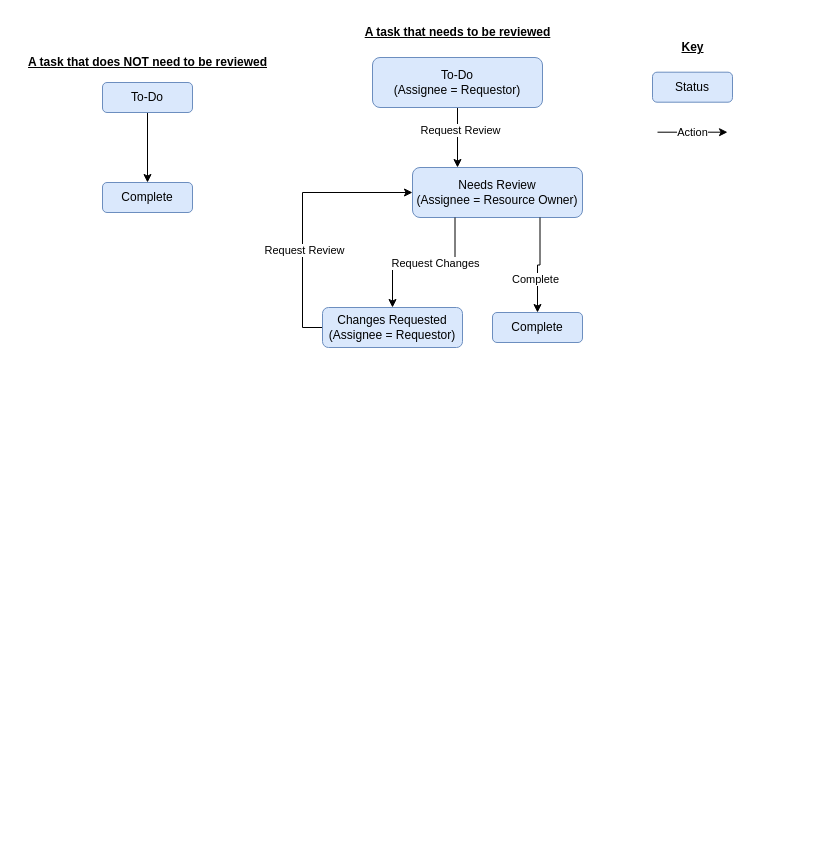
The draw.io diagram docs/task-status.drawio.xml in BitCoyote/Solution-Enablement-Process, before the edit. Source tidied: cells renumbered, new cells numbered last; positions are measured from the earlier drawing's top-left corner, leaving out a move shared by most shapes. Both pictures are drawn from the tidied source at 100%, with x=0, y=0 at pixel (17, 17).
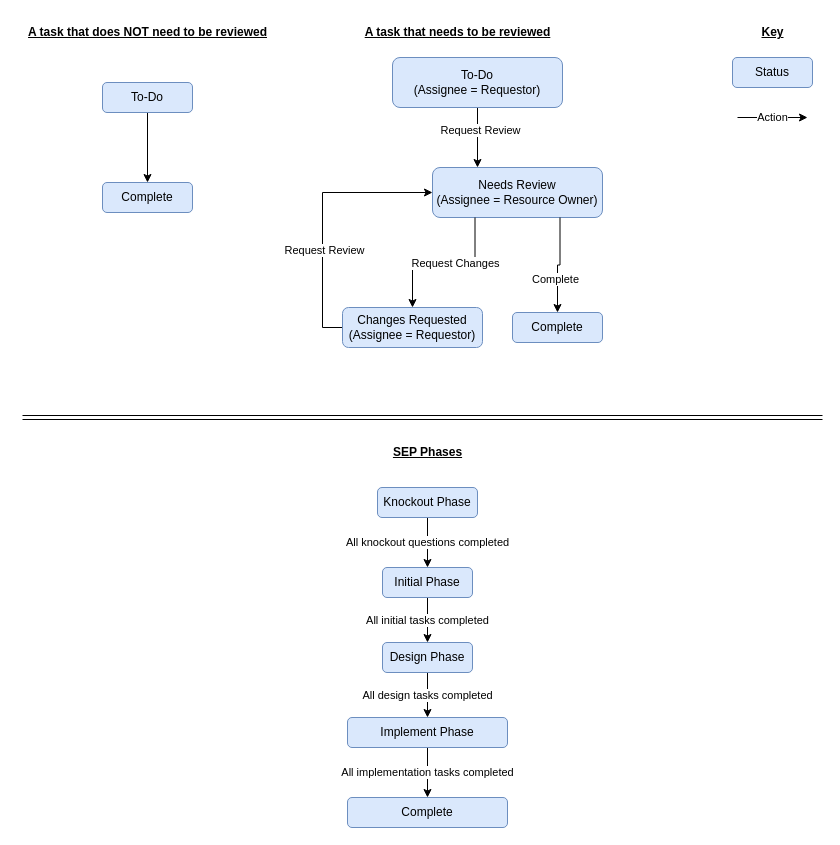
The same diagram, later.

Diff of the diagram source:
```diff
@@
     <mxCell id="2" style="edgeStyle=orthogonalEdgeStyle;rounded=0;jettySize=auto;html=1;" parent="1" edge="1" source="4" target="5">
       <mxGeometry relative="1" as="geometry">
         <Array as="points">
-          <mxPoint x="440" y="110" />
-          <mxPoint x="440" y="110" />
+          <mxPoint x="460" y="110" />
+          <mxPoint x="460" y="110" />
         </Array>
       </mxGeometry>
     </mxCell>
@@
     <mxCell id="4" value="To-Do&lt;br&gt;(Assignee = Requestor)" style="rounded=1;whiteSpace=wrap;html=1;fillColor=#dae8fc;strokeColor=#6c8ebf;" parent="1" vertex="1">
-      <mxGeometry x="355" y="40" width="170" height="50" as="geometry" />
+      <mxGeometry x="375" y="40" width="170" height="50" as="geometry" />
     </mxCell>
     <mxCell id="5" value="Needs Review&lt;br&gt;(Assignee = Resource Owner)" style="rounded=1;whiteSpace=wrap;html=1;fillColor=#dae8fc;strokeColor=#6c8ebf;" parent="1" vertex="1">
-      <mxGeometry x="395" y="150" width="170" height="50" as="geometry" />
+      <mxGeometry x="415" y="150" width="170" height="50" as="geometry" />
     </mxCell>
@@
     <mxCell id="12" value="Changes Requested&lt;br&gt;(Assignee = Requestor)" style="rounded=1;whiteSpace=wrap;html=1;fillColor=#dae8fc;strokeColor=#6c8ebf;" parent="1" vertex="1">
-      <mxGeometry x="305" y="290" width="140" height="40" as="geometry" />
+      <mxGeometry x="325" y="290" width="140" height="40" as="geometry" />
     </mxCell>
     <mxCell id="13" value="Complete" style="rounded=1;whiteSpace=wrap;html=1;fillColor=#dae8fc;strokeColor=#6c8ebf;" parent="1" vertex="1">
-      <mxGeometry x="475" y="295" width="90" height="30" as="geometry" />
+      <mxGeometry x="495" y="295" width="90" height="30" as="geometry" />
     </mxCell>
@@
     <mxCell id="15" value="Status" style="rounded=1;whiteSpace=wrap;html=1;fillColor=#dae8fc;strokeColor=#6c8ebf;" parent="1" vertex="1">
-      <mxGeometry x="635" y="54.7" width="80" height="30" as="geometry" />
+      <mxGeometry x="715" y="40" width="80" height="30" as="geometry" />
     </mxCell>
     <mxCell id="16" value="Action" style="endArrow=classic;html=1;rounded=0;" parent="1" edge="1">
       <mxGeometry relative="1" as="geometry">
-        <mxPoint x="640" y="114.7" as="sourcePoint" />
-        <mxPoint x="710" y="114.7" as="targetPoint" />
+        <mxPoint x="720" y="100" as="sourcePoint" />
+        <mxPoint x="790" y="100" as="targetPoint" />
       </mxGeometry>
     </mxCell>
     <mxCell id="17" value="&lt;u&gt;Key&lt;/u&gt;" style="text;html=1;align=center;verticalAlign=middle;strokeColor=none;fillColor=none;fontStyle=1;" parent="1" vertex="1">
-      <mxGeometry x="650" y="14.7" width="50" height="30" as="geometry" />
+      <mxGeometry x="730" width="50" height="30" as="geometry" />
     </mxCell>
@@
     <mxCell id="21" value="A task that does NOT need to be reviewed" style="text;html=1;align=center;verticalAlign=middle;strokeColor=none;fillColor=none;fontStyle=5;" parent="1" vertex="1">
-      <mxGeometry y="30" width="260" height="30" as="geometry" />
+      <mxGeometry width="260" height="30" as="geometry" />
     </mxCell>
+    <mxCell id="22" value="SEP Phases" style="text;html=1;align=center;verticalAlign=middle;strokeColor=none;fillColor=none;fontStyle=5;" parent="1" vertex="1">
+      <mxGeometry x="365" y="420" width="90" height="30" as="geometry" />
+    </mxCell>
+    <mxCell id="23" value="All initial tasks completed" style="edgeStyle=orthogonalEdgeStyle;rounded=0;jettySize=auto;html=1;" parent="1" edge="1" source="24" target="26">
+      <mxGeometry relative="1" as="geometry" />
+    </mxCell>
+    <mxCell id="24" value="Initial Phase" style="rounded=1;whiteSpace=wrap;html=1;fillColor=#dae8fc;strokeColor=#6c8ebf;" parent="1" vertex="1">
+      <mxGeometry x="365" y="550" width="90" height="30" as="geometry" />
+    </mxCell>
+    <mxCell id="25" value="All design tasks completed" style="edgeStyle=orthogonalEdgeStyle;rounded=0;jettySize=auto;html=1;" parent="1" edge="1" source="26" target="28">
+      <mxGeometry relative="1" as="geometry" />
+    </mxCell>
+    <mxCell id="26" value="Design Phase" style="rounded=1;whiteSpace=wrap;html=1;fillColor=#dae8fc;strokeColor=#6c8ebf;" parent="1" vertex="1">
+      <mxGeometry x="365" y="625" width="90" height="30" as="geometry" />
+    </mxCell>
+    <mxCell id="27" value="All implementation tasks completed" style="edgeStyle=orthogonalEdgeStyle;rounded=0;jettySize=auto;html=1;" parent="1" edge="1" source="28" target="29">
+      <mxGeometry relative="1" as="geometry" />
+    </mxCell>
+    <mxCell id="28" value="Implement Phase" style="rounded=1;whiteSpace=wrap;html=1;fillColor=#dae8fc;strokeColor=#6c8ebf;" parent="1" vertex="1">
+      <mxGeometry x="330" y="700" width="160" height="30" as="geometry" />
+    </mxCell>
+    <mxCell id="29" value="Complete" style="rounded=1;whiteSpace=wrap;html=1;fillColor=#dae8fc;strokeColor=#6c8ebf;" parent="1" vertex="1">
+      <mxGeometry x="330" y="780" width="160" height="30" as="geometry" />
+    </mxCell>
+    <mxCell id="30" style="shape=link;html=1;rounded=0;" parent="1" edge="1">
+      <mxGeometry relative="1" as="geometry">
+        <mxPoint x="5" y="400" as="sourcePoint" />
+        <mxPoint x="805" y="400" as="targetPoint" />
+      </mxGeometry>
+    </mxCell>
+    <mxCell id="31" value="All knockout questions completed" style="edgeStyle=orthogonalEdgeStyle;rounded=0;jettySize=auto;html=1;" parent="1" edge="1" source="32" target="24">
+      <mxGeometry relative="1" as="geometry" />
+    </mxCell>
+    <mxCell id="32" value="Knockout Phase" style="rounded=1;whiteSpace=wrap;html=1;fillColor=#dae8fc;strokeColor=#6c8ebf;" parent="1" vertex="1">
+      <mxGeometry x="360" y="470" width="100" height="30" as="geometry" />
+    </mxCell>
```
